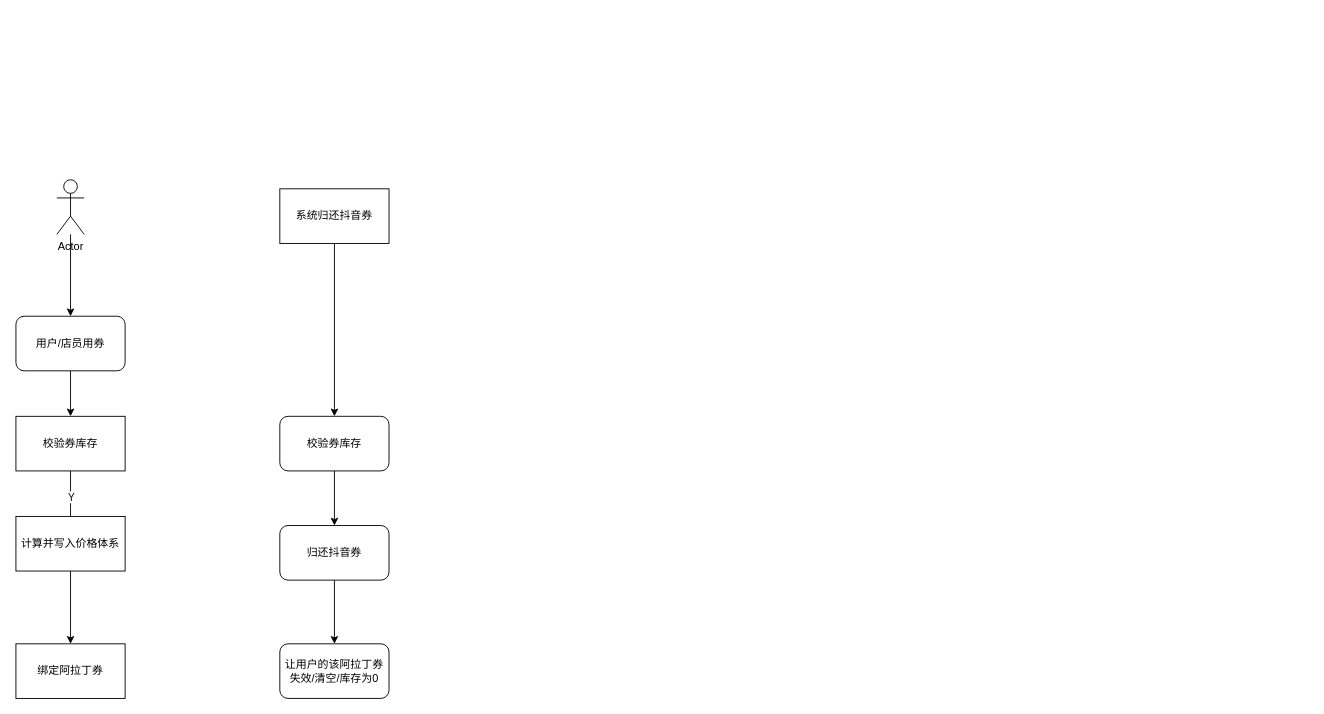
resp-200/drowio keeps this draw.io diagram as 未命名绘图.drawio. Above is the earlier version. Source tidied: cells renumbered, new cells numbered last; positions are measured from the earlier drawing's top-left corner, leaving out a move shared by most shapes. Both pictures are drawn from the tidied source at 91%, with x=0, y=0 at pixel (15, 179).
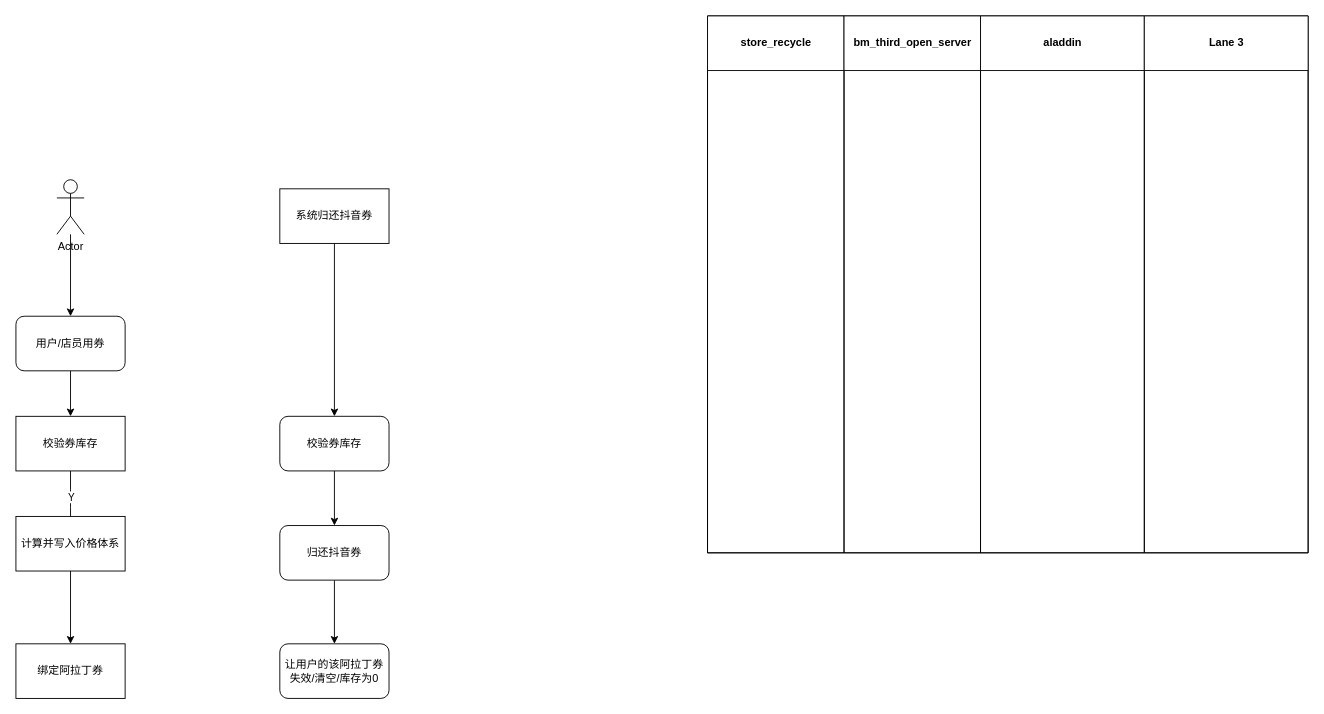
Above is the later version.

What changed in the source:
```diff
@@
+    <mxCell id="19" style="swimlane;startSize=0;html=1;" parent="1" vertex="1">
+      <mxGeometry x="760" y="-180" width="660" height="590" as="geometry" />
+    </mxCell>
+    <mxCell id="20" value="store_recycle" style="swimlane;startSize=60;html=1;" parent="19" vertex="1">
+      <mxGeometry width="150" height="590" as="geometry" />
+    </mxCell>
+    <mxCell id="21" value="bm_third_open_server" style="swimlane;startSize=60;html=1;" parent="19" vertex="1">
+      <mxGeometry x="150" width="150" height="590" as="geometry" />
+    </mxCell>
+    <mxCell id="22" value="aladdin" style="swimlane;startSize=60;html=1;" parent="19" vertex="1">
+      <mxGeometry x="300" width="180" height="590" as="geometry" />
+    </mxCell>
+    <mxCell id="23" value="Lane 3" style="swimlane;startSize=60;html=1;" parent="19" vertex="1">
+      <mxGeometry x="480" width="180" height="590" as="geometry" />
+    </mxCell>
```
